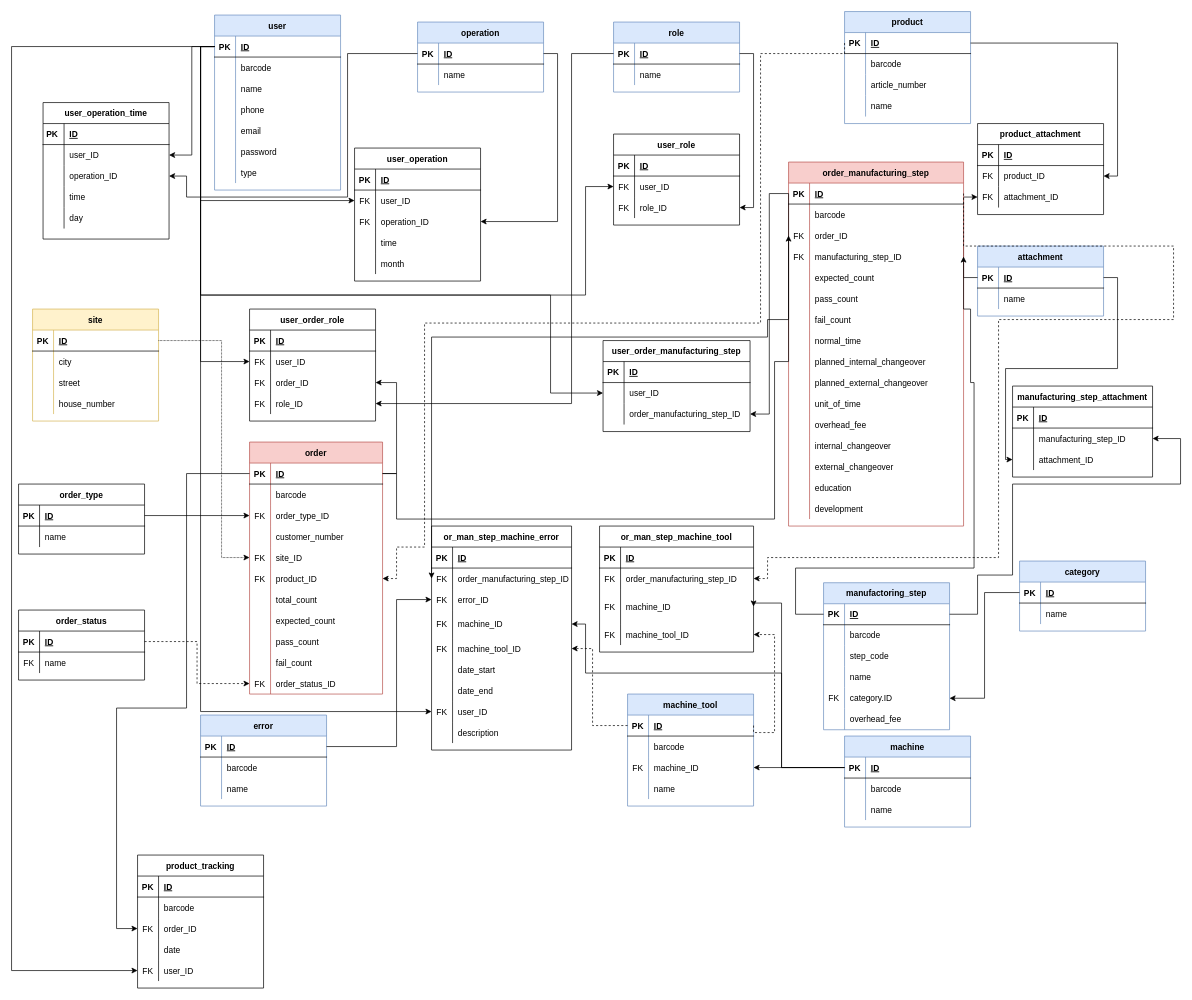
Above: DOC/diagrams/database_plan_2_0_0.drawio in KerteszZoltan/mesterminal (draw.io), before the change. Source tidied: cells renumbered, new cells numbered last; positions are measured from the earlier drawing's top-left corner, leaving out a move shared by most shapes. Both pictures are drawn from the tidied source at 70%, with x=0, y=0 at pixel (11, 11).
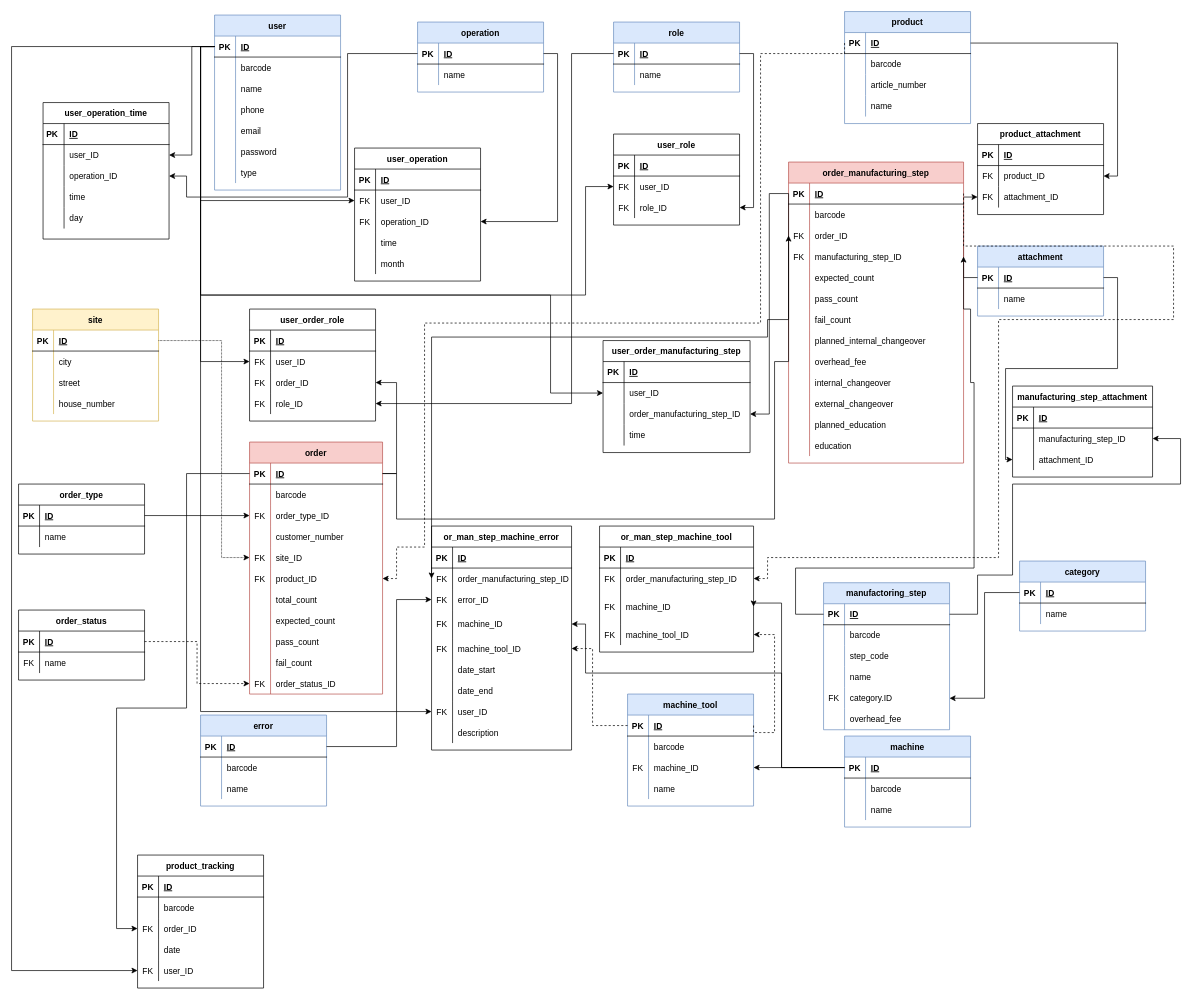
Above is the later version.

Change to the diagram source:
```diff
@@
     <mxCell id="258" value="order_manufacturing_step" style="shape=table;startSize=30;childLayout=tableLayout;rowLines=0;fontStyle=1;align=center;fillColor=#f8cecc;strokeColor=#b85450;" parent="1" vertex="1">
-      <mxGeometry x="1110" y="215" width="250" height="520" as="geometry" />
+      <mxGeometry x="1110" y="215" width="250" height="430" as="geometry" />
     </mxCell>
@@
-    <mxCell id="280" style="shape=partialRectangle;fillColor=none;top=0;left=0;bottom=0;right=0;" parent="258" vertex="1">
-      <mxGeometry y="240" width="250" height="30" as="geometry" />
-    </mxCell>
-    <mxCell id="281" style="shape=partialRectangle;fillColor=none;top=0;left=0;bottom=0;right=0;overflow=hidden;" parent="280" vertex="1">
-      <mxGeometry width="30" height="30" as="geometry" />
-    </mxCell>
-    <mxCell id="282" value="normal_time" style="shape=partialRectangle;fillColor=none;top=0;left=0;bottom=0;right=0;align=left;spacingLeft=6;overflow=hidden;" parent="280" vertex="1">
-      <mxGeometry x="30" width="220" height="30" as="geometry" />
-    </mxCell>
     <mxCell id="283" style="shape=partialRectangle;fillColor=none;top=0;left=0;bottom=0;right=0;" parent="258" vertex="1">
-      <mxGeometry y="270" width="250" height="30" as="geometry" />
+      <mxGeometry y="240" width="250" height="30" as="geometry" />
     </mxCell>
@@
-    <mxCell id="286" style="shape=partialRectangle;fillColor=none;top=0;left=0;bottom=0;right=0;" parent="258" vertex="1">
-      <mxGeometry y="300" width="250" height="30" as="geometry" />
-    </mxCell>
-    <mxCell id="287" style="shape=partialRectangle;fillColor=none;top=0;left=0;bottom=0;right=0;overflow=hidden;" parent="286" vertex="1">
-      <mxGeometry width="30" height="30" as="geometry" />
-    </mxCell>
-    <mxCell id="288" value="planned_external_changeover" style="shape=partialRectangle;fillColor=none;top=0;left=0;bottom=0;right=0;align=left;spacingLeft=6;overflow=hidden;" parent="286" vertex="1">
-      <mxGeometry x="30" width="220" height="30" as="geometry" />
-    </mxCell>
-    <mxCell id="289" style="shape=partialRectangle;fillColor=none;top=0;left=0;bottom=0;right=0;strokeColor=default;fontColor=default;" parent="258" vertex="1">
-      <mxGeometry y="330" width="250" height="30" as="geometry" />
-    </mxCell>
-    <mxCell id="290" style="shape=partialRectangle;fillColor=none;top=0;left=0;bottom=0;right=0;overflow=hidden;" parent="289" vertex="1">
-      <mxGeometry width="30" height="30" as="geometry" />
-    </mxCell>
-    <mxCell id="291" value="unit_of_time" style="shape=partialRectangle;fillColor=none;top=0;left=0;bottom=0;right=0;align=left;spacingLeft=6;overflow=hidden;" parent="289" vertex="1">
-      <mxGeometry x="30" width="220" height="30" as="geometry" />
-    </mxCell>
     <mxCell id="292" style="shape=partialRectangle;fillColor=none;top=0;left=0;bottom=0;right=0;" parent="258" vertex="1">
-      <mxGeometry y="360" width="250" height="30" as="geometry" />
+      <mxGeometry y="270" width="250" height="30" as="geometry" />
     </mxCell>
@@
     <mxCell id="295" style="shape=partialRectangle;fillColor=none;top=0;left=0;bottom=0;right=0;" parent="258" vertex="1">
-      <mxGeometry y="390" width="250" height="30" as="geometry" />
+      <mxGeometry y="300" width="250" height="30" as="geometry" />
     </mxCell>
@@
     <mxCell id="298" style="shape=partialRectangle;fillColor=none;top=0;left=0;bottom=0;right=0;" parent="258" vertex="1">
-      <mxGeometry y="420" width="250" height="30" as="geometry" />
+      <mxGeometry y="330" width="250" height="30" as="geometry" />
     </mxCell>
@@
     <mxCell id="301" style="shape=partialRectangle;fillColor=none;top=0;left=0;bottom=0;right=0;" parent="258" vertex="1">
-      <mxGeometry y="450" width="250" height="30" as="geometry" />
+      <mxGeometry y="360" width="250" height="30" as="geometry" />
     </mxCell>
@@
-    <mxCell id="303" value="education" style="shape=partialRectangle;fillColor=none;top=0;left=0;bottom=0;right=0;align=left;spacingLeft=6;overflow=hidden;" parent="301" vertex="1">
+    <mxCell id="303" value="planned_education" style="shape=partialRectangle;fillColor=none;top=0;left=0;bottom=0;right=0;align=left;spacingLeft=6;overflow=hidden;" parent="301" vertex="1">
       <mxGeometry x="30" width="220" height="30" as="geometry" />
     </mxCell>
     <mxCell id="304" style="shape=partialRectangle;fillColor=none;top=0;left=0;bottom=0;right=0;" parent="258" vertex="1">
-      <mxGeometry y="480" width="250" height="30" as="geometry" />
+      <mxGeometry y="390" width="250" height="30" as="geometry" />
     </mxCell>
@@
-    <mxCell id="306" value="development" style="shape=partialRectangle;fillColor=none;top=0;left=0;bottom=0;right=0;align=left;spacingLeft=6;overflow=hidden;" parent="304" vertex="1">
+    <mxCell id="306" value="education" style="shape=partialRectangle;fillColor=none;top=0;left=0;bottom=0;right=0;align=left;spacingLeft=6;overflow=hidden;" parent="304" vertex="1">
       <mxGeometry x="30" width="220" height="30" as="geometry" />
     </mxCell>
@@
     <mxCell id="339" value="user_order_manufacturing_step" style="shape=table;startSize=30;childLayout=tableLayout;rowLines=0;fontStyle=1;align=center;" parent="1" vertex="1">
-      <mxGeometry x="845" y="470" width="210" height="130" as="geometry" />
+      <mxGeometry x="845" y="470" width="210" height="160" as="geometry" />
     </mxCell>
@@
+    <mxCell id="402" style="shape=partialRectangle;fillColor=none;top=0;left=0;bottom=0;right=0;" parent="339" vertex="1">
+      <mxGeometry y="120" width="210" height="30" as="geometry" />
+    </mxCell>
+    <mxCell id="403" style="shape=partialRectangle;fillColor=none;top=0;left=0;bottom=0;right=0;overflow=hidden;" parent="402" vertex="1">
+      <mxGeometry width="30" height="30" as="geometry" />
+    </mxCell>
+    <mxCell id="404" value="time" style="shape=partialRectangle;fillColor=none;top=0;left=0;bottom=0;right=0;align=left;spacingLeft=6;overflow=hidden;" parent="402" vertex="1">
+      <mxGeometry x="30" width="180" height="30" as="geometry" />
+    </mxCell>
```
